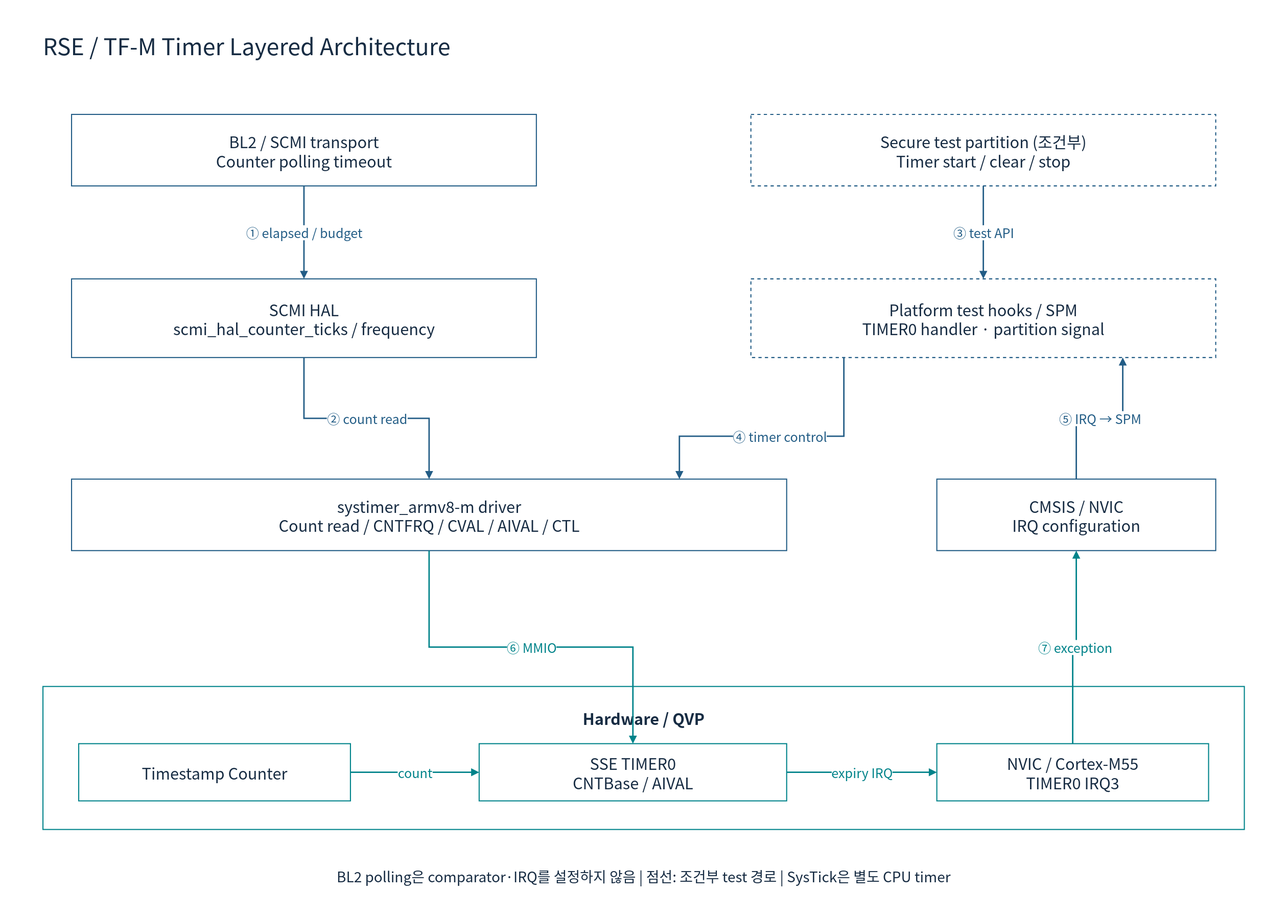
cometzero/project-apollo keeps this draw.io diagram as doc/phase1/timer/diagrams/08h-tfm-software.drawio.svg. Above is the earlier version. Source tidied: cells renumbered, new cells last; positions are measured from the earlier drawing's top-left corner, leaving out a move shared by most shapes. Its diagram source:
```xml
<mxGraphModel background="#FFFFFF">
  <root>
    <mxCell id="0" />
    <mxCell id="1" parent="0" />
    <mxCell id="2" style="rounded=0;whiteSpace=wrap;html=1;fillColor=#FFFFFF;strokeColor=none;strokeWidth=1.5;fontColor=#172C43;fontFamily=Noto Sans CJK KR;fontSize=22;spacing=10;" parent="1" vertex="1">
      <mxGeometry width="1800" height="1280" as="geometry" />
    </mxCell>
    <mxCell id="3" value="RSE / TF-M Timer Layered Architecture" style="rounded=0;whiteSpace=wrap;html=1;fillColor=#FFFFFF;strokeColor=none;strokeWidth=1.5;fontColor=#172C43;fontFamily=Noto Sans CJK KR;fontSize=22;spacing=10;fontSize=32;align=left;" parent="1" vertex="1">
      <mxGeometry x="50" y="30" width="1700" height="65" as="geometry" />
    </mxCell>
    <mxCell id="4" value="BL2 / SCMI transport&#10;Counter polling timeout" style="rounded=0;whiteSpace=wrap;html=1;fillColor=#FFFFFF;strokeColor=#235D86;strokeWidth=1.5;fontColor=#172C43;fontFamily=Noto Sans CJK KR;fontSize=22;spacing=10;" parent="1" vertex="1">
      <mxGeometry x="100" y="160" width="650" height="100" as="geometry" />
    </mxCell>
    <mxCell id="5" value="Secure test partition (조건부)&#10;Timer start / clear / stop" style="rounded=0;whiteSpace=wrap;html=1;fillColor=#FFFFFF;strokeColor=#235D86;strokeWidth=1.5;fontColor=#172C43;fontFamily=Noto Sans CJK KR;fontSize=22;spacing=10;dashed=1;" parent="1" vertex="1">
      <mxGeometry x="1050" y="160" width="650" height="100" as="geometry" />
    </mxCell>
    <mxCell id="6" value="SCMI HAL&#10;scmi_hal_counter_ticks / frequency" style="rounded=0;whiteSpace=wrap;html=1;fillColor=#FFFFFF;strokeColor=#235D86;strokeWidth=1.5;fontColor=#172C43;fontFamily=Noto Sans CJK KR;fontSize=22;spacing=10;" parent="1" vertex="1">
      <mxGeometry x="100" y="390" width="650" height="110" as="geometry" />
    </mxCell>
    <mxCell id="7" value="Platform test hooks / SPM&#10;TIMER0 handler · partition signal" style="rounded=0;whiteSpace=wrap;html=1;fillColor=#FFFFFF;strokeColor=#235D86;strokeWidth=1.5;fontColor=#172C43;fontFamily=Noto Sans CJK KR;fontSize=22;spacing=10;dashed=1;" parent="1" vertex="1">
      <mxGeometry x="1050" y="390" width="650" height="110" as="geometry" />
    </mxCell>
    <mxCell id="8" value="systimer_armv8-m driver&#10;Count read / CNTFRQ / CVAL / AIVAL / CTL" style="rounded=0;whiteSpace=wrap;html=1;fillColor=#FFFFFF;strokeColor=#235D86;strokeWidth=1.5;fontColor=#172C43;fontFamily=Noto Sans CJK KR;fontSize=22;spacing=10;" parent="1" vertex="1">
      <mxGeometry x="100" y="670" width="1000" height="100" as="geometry" />
    </mxCell>
    <mxCell id="9" value="CMSIS / NVIC&#10;IRQ configuration" style="rounded=0;whiteSpace=wrap;html=1;fillColor=#FFFFFF;strokeColor=#235D86;strokeWidth=1.5;fontColor=#172C43;fontFamily=Noto Sans CJK KR;fontSize=22;spacing=10;" parent="1" vertex="1">
      <mxGeometry x="1310" y="670" width="390" height="100" as="geometry" />
    </mxCell>
    <mxCell id="10" value="① elapsed / budget" style="edgeStyle=orthogonalEdgeStyle;rounded=0;html=1;endArrow=block;endFill=1;strokeWidth=2;strokeColor=#235D86;fontColor=#235D86;fontFamily=Noto Sans CJK KR;fontSize=18;labelBackgroundColor=#FFFFFF;" parent="1" edge="1" source="4" target="6">
      <mxGeometry relative="1" as="geometry" />
    </mxCell>
    <mxCell id="11" value="② count read" style="edgeStyle=orthogonalEdgeStyle;rounded=0;html=1;endArrow=block;endFill=1;strokeWidth=2;strokeColor=#235D86;fontColor=#235D86;fontFamily=Noto Sans CJK KR;fontSize=18;labelBackgroundColor=#FFFFFF;" parent="1" edge="1" source="6" target="8">
      <mxGeometry relative="1" as="geometry" />
    </mxCell>
    <mxCell id="12" value="③ test API" style="edgeStyle=orthogonalEdgeStyle;rounded=0;html=1;endArrow=block;endFill=1;strokeWidth=2;strokeColor=#235D86;fontColor=#235D86;fontFamily=Noto Sans CJK KR;fontSize=18;labelBackgroundColor=#FFFFFF;" parent="1" edge="1" source="5" target="7">
      <mxGeometry relative="1" as="geometry" />
    </mxCell>
    <mxCell id="13" value="④ timer control" style="edgeStyle=orthogonalEdgeStyle;rounded=0;html=1;endArrow=block;endFill=1;strokeWidth=2;strokeColor=#235D86;fontColor=#235D86;fontFamily=Noto Sans CJK KR;fontSize=18;labelBackgroundColor=#FFFFFF;exitX=0.2;exitY=1;entryX=0.85;entryY=0;" parent="1" edge="1" source="7" target="8">
      <mxGeometry relative="1" as="geometry">
        <Array as="points">
          <mxPoint x="1180" y="610" />
          <mxPoint x="950" y="610" />
        </Array>
      </mxGeometry>
    </mxCell>
    <mxCell id="14" value="⑤ IRQ → SPM" style="edgeStyle=orthogonalEdgeStyle;rounded=0;html=1;endArrow=block;endFill=1;strokeWidth=2;strokeColor=#235D86;fontColor=#235D86;fontFamily=Noto Sans CJK KR;fontSize=18;labelBackgroundColor=#FFFFFF;exitX=0.5;exitY=0;entryX=0.8;entryY=1;" parent="1" edge="1" source="9" target="7">
      <mxGeometry relative="1" as="geometry" />
    </mxCell>
    <mxCell id="15" value="Hardware / QVP" style="rounded=0;whiteSpace=wrap;html=1;fillColor=#FFFFFF;strokeColor=#00838A;strokeWidth=1.5;fontColor=#172C43;fontFamily=Noto Sans CJK KR;fontSize=22;spacing=10;verticalAlign=top;fontStyle=1;spacingTop=16;" parent="1" vertex="1">
      <mxGeometry x="60" y="960" width="1680" height="200" as="geometry" />
    </mxCell>
    <mxCell id="16" value="Timestamp Counter" style="rounded=0;whiteSpace=wrap;html=1;fillColor=#FFFFFF;strokeColor=#00838A;strokeWidth=1.5;fontColor=#172C43;fontFamily=Noto Sans CJK KR;fontSize=22;spacing=10;" parent="1" vertex="1">
      <mxGeometry x="110" y="1040" width="380" height="80" as="geometry" />
    </mxCell>
    <mxCell id="17" value="SSE TIMER0&#10;CNTBase / AIVAL" style="rounded=0;whiteSpace=wrap;html=1;fillColor=#FFFFFF;strokeColor=#00838A;strokeWidth=1.5;fontColor=#172C43;fontFamily=Noto Sans CJK KR;fontSize=22;spacing=10;" parent="1" vertex="1">
      <mxGeometry x="670" y="1040" width="430" height="80" as="geometry" />
    </mxCell>
    <mxCell id="18" value="NVIC / Cortex-M55&#10;TIMER0 IRQ3" style="rounded=0;whiteSpace=wrap;html=1;fillColor=#FFFFFF;strokeColor=#00838A;strokeWidth=1.5;fontColor=#172C43;fontFamily=Noto Sans CJK KR;fontSize=22;spacing=10;" parent="1" vertex="1">
      <mxGeometry x="1310" y="1040" width="380" height="80" as="geometry" />
    </mxCell>
    <mxCell id="19" value="count" style="edgeStyle=orthogonalEdgeStyle;rounded=0;html=1;endArrow=block;endFill=1;strokeWidth=2;strokeColor=#00838A;fontColor=#00838A;fontFamily=Noto Sans CJK KR;fontSize=18;labelBackgroundColor=#FFFFFF;" parent="1" edge="1" source="16" target="17">
      <mxGeometry relative="1" as="geometry" />
    </mxCell>
    <mxCell id="20" value="expiry IRQ" style="edgeStyle=orthogonalEdgeStyle;rounded=0;html=1;endArrow=block;endFill=1;strokeWidth=2;strokeColor=#00838A;fontColor=#00838A;fontFamily=Noto Sans CJK KR;fontSize=18;labelBackgroundColor=#FFFFFF;" parent="1" edge="1" source="17" target="18">
      <mxGeometry relative="1" as="geometry" />
    </mxCell>
    <mxCell id="21" value="⑥ MMIO" style="edgeStyle=orthogonalEdgeStyle;rounded=0;html=1;endArrow=block;endFill=1;strokeWidth=2;strokeColor=#00838A;fontColor=#00838A;fontFamily=Noto Sans CJK KR;fontSize=18;labelBackgroundColor=#FFFFFF;" parent="1" edge="1" source="8" target="17">
      <mxGeometry relative="1" as="geometry" />
    </mxCell>
    <mxCell id="22" value="⑦ exception" style="edgeStyle=orthogonalEdgeStyle;rounded=0;html=1;endArrow=block;endFill=1;strokeWidth=2;strokeColor=#00838A;fontColor=#00838A;fontFamily=Noto Sans CJK KR;fontSize=18;labelBackgroundColor=#FFFFFF;" parent="1" edge="1" source="18" target="9">
      <mxGeometry relative="1" as="geometry" />
    </mxCell>
    <mxCell id="23" value="BL2 polling은 comparator·IRQ를 설정하지 않음 | 점선: 조건부 test 경로 | SysTick은 별도 CPU timer" style="rounded=0;whiteSpace=wrap;html=1;fillColor=#FFFFFF;strokeColor=none;strokeWidth=1.5;fontColor=#172C43;fontFamily=Noto Sans CJK KR;fontSize=22;spacing=10;fontSize=20;" parent="1" vertex="1">
      <mxGeometry x="60" y="1200" width="1680" height="50" as="geometry" />
    </mxCell>
  </root>
</mxGraphModel>
```
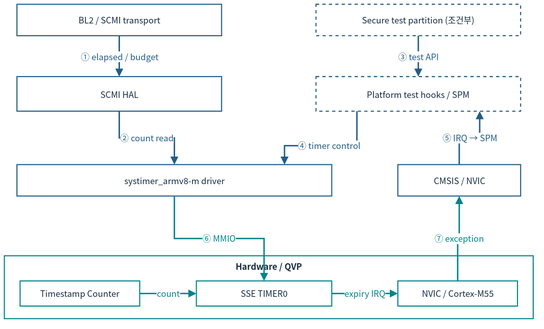
Later version of the same file.

Change to the diagram source:
```diff
@@ -2,76 +2,67 @@
   <root>
     <mxCell id="0" />
     <mxCell id="1" parent="0" />
-    <mxCell id="2" style="rounded=0;whiteSpace=wrap;html=1;fillColor=#FFFFFF;strokeColor=none;strokeWidth=1.5;fontColor=#172C43;fontFamily=Noto Sans CJK KR;fontSize=22;spacing=10;" parent="1" vertex="1">
-      <mxGeometry width="1800" height="1280" as="geometry" />
-    </mxCell>
-    <mxCell id="3" value="RSE / TF-M Timer Layered Architecture" style="rounded=0;whiteSpace=wrap;html=1;fillColor=#FFFFFF;strokeColor=none;strokeWidth=1.5;fontColor=#172C43;fontFamily=Noto Sans CJK KR;fontSize=22;spacing=10;fontSize=32;align=left;" parent="1" vertex="1">
-      <mxGeometry x="50" y="30" width="1700" height="65" as="geometry" />
-    </mxCell>
-    <mxCell id="4" value="BL2 / SCMI transport&#10;Counter polling timeout" style="rounded=0;whiteSpace=wrap;html=1;fillColor=#FFFFFF;strokeColor=#235D86;strokeWidth=1.5;fontColor=#172C43;fontFamily=Noto Sans CJK KR;fontSize=22;spacing=10;" parent="1" vertex="1">
-      <mxGeometry x="100" y="160" width="650" height="100" as="geometry" />
+    <mxCell id="4" value="BL2 / SCMI transport" style="rounded=0;whiteSpace=wrap;html=1;fillColor=#FFFFFF;strokeColor=#235D86;strokeWidth=1.5;fontColor=#172C43;fontFamily=Noto Sans CJK KR;fontSize=12;spacing=3;whiteSpace=wrap;" parent="1" vertex="1">
+      <mxGeometry x="29.6" y="12" width="286.3" height="44" as="geometry" />
     </mxCell>
-    <mxCell id="5" value="Secure test partition (조건부)&#10;Timer start / clear / stop" style="rounded=0;whiteSpace=wrap;html=1;fillColor=#FFFFFF;strokeColor=#235D86;strokeWidth=1.5;fontColor=#172C43;fontFamily=Noto Sans CJK KR;fontSize=22;spacing=10;dashed=1;" parent="1" vertex="1">
-      <mxGeometry x="1050" y="160" width="650" height="100" as="geometry" />
+    <mxCell id="5" value="Secure test partition (조건부)" style="rounded=0;whiteSpace=wrap;html=1;fillColor=#FFFFFF;strokeColor=#235D86;strokeWidth=1.5;fontColor=#172C43;fontFamily=Noto Sans CJK KR;dashed=1;fontSize=12;spacing=3;whiteSpace=wrap;" parent="1" vertex="1">
+      <mxGeometry x="448.1" y="12" width="286.3" height="44" as="geometry" />
     </mxCell>
-    <mxCell id="6" value="SCMI HAL&#10;scmi_hal_counter_ticks / frequency" style="rounded=0;whiteSpace=wrap;html=1;fillColor=#FFFFFF;strokeColor=#235D86;strokeWidth=1.5;fontColor=#172C43;fontFamily=Noto Sans CJK KR;fontSize=22;spacing=10;" parent="1" vertex="1">
-      <mxGeometry x="100" y="390" width="650" height="110" as="geometry" />
+    <mxCell id="6" value="SCMI HAL" style="rounded=0;whiteSpace=wrap;html=1;fillColor=#FFFFFF;strokeColor=#235D86;strokeWidth=1.5;fontColor=#172C43;fontFamily=Noto Sans CJK KR;fontSize=12;spacing=3;whiteSpace=wrap;" parent="1" vertex="1">
+      <mxGeometry x="29.6" y="113.3" width="286.3" height="48.5" as="geometry" />
     </mxCell>
-    <mxCell id="7" value="Platform test hooks / SPM&#10;TIMER0 handler · partition signal" style="rounded=0;whiteSpace=wrap;html=1;fillColor=#FFFFFF;strokeColor=#235D86;strokeWidth=1.5;fontColor=#172C43;fontFamily=Noto Sans CJK KR;fontSize=22;spacing=10;dashed=1;" parent="1" vertex="1">
-      <mxGeometry x="1050" y="390" width="650" height="110" as="geometry" />
+    <mxCell id="7" value="Platform test hooks / SPM" style="rounded=0;whiteSpace=wrap;html=1;fillColor=#FFFFFF;strokeColor=#235D86;strokeWidth=1.5;fontColor=#172C43;fontFamily=Noto Sans CJK KR;dashed=1;fontSize=12;spacing=3;whiteSpace=wrap;" parent="1" vertex="1">
+      <mxGeometry x="448.1" y="113.3" width="286.3" height="48.5" as="geometry" />
     </mxCell>
-    <mxCell id="8" value="systimer_armv8-m driver&#10;Count read / CNTFRQ / CVAL / AIVAL / CTL" style="rounded=0;whiteSpace=wrap;html=1;fillColor=#FFFFFF;strokeColor=#235D86;strokeWidth=1.5;fontColor=#172C43;fontFamily=Noto Sans CJK KR;fontSize=22;spacing=10;" parent="1" vertex="1">
-      <mxGeometry x="100" y="670" width="1000" height="100" as="geometry" />
+    <mxCell id="8" value="systimer_armv8-m driver" style="rounded=0;whiteSpace=wrap;html=1;fillColor=#FFFFFF;strokeColor=#235D86;strokeWidth=1.5;fontColor=#172C43;fontFamily=Noto Sans CJK KR;fontSize=12;spacing=3;whiteSpace=wrap;" parent="1" vertex="1">
+      <mxGeometry x="29.6" y="236.6" width="440.5" height="44" as="geometry" />
     </mxCell>
-    <mxCell id="9" value="CMSIS / NVIC&#10;IRQ configuration" style="rounded=0;whiteSpace=wrap;html=1;fillColor=#FFFFFF;strokeColor=#235D86;strokeWidth=1.5;fontColor=#172C43;fontFamily=Noto Sans CJK KR;fontSize=22;spacing=10;" parent="1" vertex="1">
-      <mxGeometry x="1310" y="670" width="390" height="100" as="geometry" />
+    <mxCell id="9" value="CMSIS / NVIC" style="rounded=0;whiteSpace=wrap;html=1;fillColor=#FFFFFF;strokeColor=#235D86;strokeWidth=1.5;fontColor=#172C43;fontFamily=Noto Sans CJK KR;fontSize=12;spacing=3;whiteSpace=wrap;" parent="1" vertex="1">
+      <mxGeometry x="562.6" y="236.6" width="171.8" height="44" as="geometry" />
     </mxCell>
-    <mxCell id="10" value="① elapsed / budget" style="edgeStyle=orthogonalEdgeStyle;rounded=0;html=1;endArrow=block;endFill=1;strokeWidth=2;strokeColor=#235D86;fontColor=#235D86;fontFamily=Noto Sans CJK KR;fontSize=18;labelBackgroundColor=#FFFFFF;" parent="1" edge="1" source="4" target="6">
+    <mxCell id="10" value="① elapsed / budget" style="edgeStyle=orthogonalEdgeStyle;rounded=0;html=1;endArrow=block;endFill=1;strokeWidth=2;strokeColor=#235D86;fontColor=#235D86;fontFamily=Noto Sans CJK KR;labelBackgroundColor=#FFFFFF;fontSize=12;spacing=3;whiteSpace=nowrap;" parent="1" edge="1" source="4" target="6">
       <mxGeometry relative="1" as="geometry" />
     </mxCell>
-    <mxCell id="11" value="② count read" style="edgeStyle=orthogonalEdgeStyle;rounded=0;html=1;endArrow=block;endFill=1;strokeWidth=2;strokeColor=#235D86;fontColor=#235D86;fontFamily=Noto Sans CJK KR;fontSize=18;labelBackgroundColor=#FFFFFF;" parent="1" edge="1" source="6" target="8">
+    <mxCell id="11" value="② count read" style="edgeStyle=orthogonalEdgeStyle;rounded=0;html=1;endArrow=block;endFill=1;strokeWidth=2;strokeColor=#235D86;fontColor=#235D86;fontFamily=Noto Sans CJK KR;labelBackgroundColor=#FFFFFF;fontSize=12;spacing=3;whiteSpace=nowrap;" parent="1" edge="1" source="6" target="8">
       <mxGeometry relative="1" as="geometry" />
     </mxCell>
-    <mxCell id="12" value="③ test API" style="edgeStyle=orthogonalEdgeStyle;rounded=0;html=1;endArrow=block;endFill=1;strokeWidth=2;strokeColor=#235D86;fontColor=#235D86;fontFamily=Noto Sans CJK KR;fontSize=18;labelBackgroundColor=#FFFFFF;" parent="1" edge="1" source="5" target="7">
+    <mxCell id="12" value="③ test API" style="edgeStyle=orthogonalEdgeStyle;rounded=0;html=1;endArrow=block;endFill=1;strokeWidth=2;strokeColor=#235D86;fontColor=#235D86;fontFamily=Noto Sans CJK KR;labelBackgroundColor=#FFFFFF;fontSize=12;spacing=3;whiteSpace=nowrap;" parent="1" edge="1" source="5" target="7">
       <mxGeometry relative="1" as="geometry" />
     </mxCell>
-    <mxCell id="13" value="④ timer control" style="edgeStyle=orthogonalEdgeStyle;rounded=0;html=1;endArrow=block;endFill=1;strokeWidth=2;strokeColor=#235D86;fontColor=#235D86;fontFamily=Noto Sans CJK KR;fontSize=18;labelBackgroundColor=#FFFFFF;exitX=0.2;exitY=1;entryX=0.85;entryY=0;" parent="1" edge="1" source="7" target="8">
+    <mxCell id="13" value="④ timer control" style="edgeStyle=orthogonalEdgeStyle;rounded=0;html=1;endArrow=block;endFill=1;strokeWidth=2;strokeColor=#235D86;fontColor=#235D86;fontFamily=Noto Sans CJK KR;labelBackgroundColor=#FFFFFF;exitX=0.2;exitY=1;entryX=0.85;entryY=0;fontSize=12;spacing=3;whiteSpace=nowrap;" parent="1" edge="1" source="7" target="8">
       <mxGeometry relative="1" as="geometry">
         <Array as="points">
-          <mxPoint x="1180" y="610" />
-          <mxPoint x="950" y="610" />
+          <mxPoint x="505.3" y="210.2" />
+          <mxPoint x="404" y="210.2" />
         </Array>
       </mxGeometry>
     </mxCell>
-    <mxCell id="14" value="⑤ IRQ → SPM" style="edgeStyle=orthogonalEdgeStyle;rounded=0;html=1;endArrow=block;endFill=1;strokeWidth=2;strokeColor=#235D86;fontColor=#235D86;fontFamily=Noto Sans CJK KR;fontSize=18;labelBackgroundColor=#FFFFFF;exitX=0.5;exitY=0;entryX=0.8;entryY=1;" parent="1" edge="1" source="9" target="7">
+    <mxCell id="14" value="⑤ IRQ → SPM" style="edgeStyle=orthogonalEdgeStyle;rounded=0;html=1;endArrow=block;endFill=1;strokeWidth=2;strokeColor=#235D86;fontColor=#235D86;fontFamily=Noto Sans CJK KR;labelBackgroundColor=#FFFFFF;exitX=0.5;exitY=0;entryX=0.8;entryY=1;fontSize=12;spacing=3;whiteSpace=nowrap;" parent="1" edge="1" source="9" target="7">
       <mxGeometry relative="1" as="geometry" />
     </mxCell>
-    <mxCell id="15" value="Hardware / QVP" style="rounded=0;whiteSpace=wrap;html=1;fillColor=#FFFFFF;strokeColor=#00838A;strokeWidth=1.5;fontColor=#172C43;fontFamily=Noto Sans CJK KR;fontSize=22;spacing=10;verticalAlign=top;fontStyle=1;spacingTop=16;" parent="1" vertex="1">
-      <mxGeometry x="60" y="960" width="1680" height="200" as="geometry" />
+    <mxCell id="15" value="Hardware / QVP" style="rounded=0;whiteSpace=wrap;html=1;fillColor=#FFFFFF;strokeColor=#00838A;strokeWidth=1.5;fontColor=#172C43;fontFamily=Noto Sans CJK KR;verticalAlign=top;fontStyle=1;fontSize=12;spacing=3;whiteSpace=wrap;" parent="1" vertex="1">
+      <mxGeometry x="12" y="364.4" width="740" height="88.1" as="geometry" />
     </mxCell>
-    <mxCell id="16" value="Timestamp Counter" style="rounded=0;whiteSpace=wrap;html=1;fillColor=#FFFFFF;strokeColor=#00838A;strokeWidth=1.5;fontColor=#172C43;fontFamily=Noto Sans CJK KR;fontSize=22;spacing=10;" parent="1" vertex="1">
-      <mxGeometry x="110" y="1040" width="380" height="80" as="geometry" />
+    <mxCell id="16" value="Timestamp Counter" style="rounded=0;whiteSpace=wrap;html=1;fillColor=#FFFFFF;strokeColor=#00838A;strokeWidth=1.5;fontColor=#172C43;fontFamily=Noto Sans CJK KR;fontSize=12;spacing=3;whiteSpace=wrap;" parent="1" vertex="1">
+      <mxGeometry x="34" y="399.6" width="167.4" height="35.2" as="geometry" />
     </mxCell>
-    <mxCell id="17" value="SSE TIMER0&#10;CNTBase / AIVAL" style="rounded=0;whiteSpace=wrap;html=1;fillColor=#FFFFFF;strokeColor=#00838A;strokeWidth=1.5;fontColor=#172C43;fontFamily=Noto Sans CJK KR;fontSize=22;spacing=10;" parent="1" vertex="1">
-      <mxGeometry x="670" y="1040" width="430" height="80" as="geometry" />
+    <mxCell id="17" value="SSE TIMER0" style="rounded=0;whiteSpace=wrap;html=1;fillColor=#FFFFFF;strokeColor=#00838A;strokeWidth=1.5;fontColor=#172C43;fontFamily=Noto Sans CJK KR;fontSize=12;spacing=3;whiteSpace=wrap;" parent="1" vertex="1">
+      <mxGeometry x="280.7" y="399.6" width="189.4" height="35.2" as="geometry" />
     </mxCell>
-    <mxCell id="18" value="NVIC / Cortex-M55&#10;TIMER0 IRQ3" style="rounded=0;whiteSpace=wrap;html=1;fillColor=#FFFFFF;strokeColor=#00838A;strokeWidth=1.5;fontColor=#172C43;fontFamily=Noto Sans CJK KR;fontSize=22;spacing=10;" parent="1" vertex="1">
-      <mxGeometry x="1310" y="1040" width="380" height="80" as="geometry" />
+    <mxCell id="18" value="NVIC / Cortex-M55" style="rounded=0;whiteSpace=wrap;html=1;fillColor=#FFFFFF;strokeColor=#00838A;strokeWidth=1.5;fontColor=#172C43;fontFamily=Noto Sans CJK KR;fontSize=12;spacing=3;whiteSpace=wrap;" parent="1" vertex="1">
+      <mxGeometry x="562.6" y="399.6" width="167.4" height="35.2" as="geometry" />
     </mxCell>
-    <mxCell id="19" value="count" style="edgeStyle=orthogonalEdgeStyle;rounded=0;html=1;endArrow=block;endFill=1;strokeWidth=2;strokeColor=#00838A;fontColor=#00838A;fontFamily=Noto Sans CJK KR;fontSize=18;labelBackgroundColor=#FFFFFF;" parent="1" edge="1" source="16" target="17">
+    <mxCell id="19" value="count" style="edgeStyle=orthogonalEdgeStyle;rounded=0;html=1;endArrow=block;endFill=1;strokeWidth=2;strokeColor=#00838A;fontColor=#00838A;fontFamily=Noto Sans CJK KR;labelBackgroundColor=#FFFFFF;fontSize=12;spacing=3;whiteSpace=nowrap;" parent="1" edge="1" source="16" target="17">
       <mxGeometry relative="1" as="geometry" />
     </mxCell>
-    <mxCell id="20" value="expiry IRQ" style="edgeStyle=orthogonalEdgeStyle;rounded=0;html=1;endArrow=block;endFill=1;strokeWidth=2;strokeColor=#00838A;fontColor=#00838A;fontFamily=Noto Sans CJK KR;fontSize=18;labelBackgroundColor=#FFFFFF;" parent="1" edge="1" source="17" target="18">
+    <mxCell id="20" value="expiry IRQ" style="edgeStyle=orthogonalEdgeStyle;rounded=0;html=1;endArrow=block;endFill=1;strokeWidth=2;strokeColor=#00838A;fontColor=#00838A;fontFamily=Noto Sans CJK KR;labelBackgroundColor=#FFFFFF;fontSize=12;spacing=3;whiteSpace=nowrap;" parent="1" edge="1" source="17" target="18">
       <mxGeometry relative="1" as="geometry" />
     </mxCell>
-    <mxCell id="21" value="⑥ MMIO" style="edgeStyle=orthogonalEdgeStyle;rounded=0;html=1;endArrow=block;endFill=1;strokeWidth=2;strokeColor=#00838A;fontColor=#00838A;fontFamily=Noto Sans CJK KR;fontSize=18;labelBackgroundColor=#FFFFFF;" parent="1" edge="1" source="8" target="17">
+    <mxCell id="21" value="⑥ MMIO" style="edgeStyle=orthogonalEdgeStyle;rounded=0;html=1;endArrow=block;endFill=1;strokeWidth=2;strokeColor=#00838A;fontColor=#00838A;fontFamily=Noto Sans CJK KR;labelBackgroundColor=#FFFFFF;fontSize=12;spacing=3;whiteSpace=nowrap;" parent="1" edge="1" source="8" target="17">
       <mxGeometry relative="1" as="geometry" />
     </mxCell>
-    <mxCell id="22" value="⑦ exception" style="edgeStyle=orthogonalEdgeStyle;rounded=0;html=1;endArrow=block;endFill=1;strokeWidth=2;strokeColor=#00838A;fontColor=#00838A;fontFamily=Noto Sans CJK KR;fontSize=18;labelBackgroundColor=#FFFFFF;" parent="1" edge="1" source="18" target="9">
+    <mxCell id="22" value="⑦ exception" style="edgeStyle=orthogonalEdgeStyle;rounded=0;html=1;endArrow=block;endFill=1;strokeWidth=2;strokeColor=#00838A;fontColor=#00838A;fontFamily=Noto Sans CJK KR;labelBackgroundColor=#FFFFFF;fontSize=12;spacing=3;whiteSpace=nowrap;" parent="1" edge="1" source="18" target="9">
       <mxGeometry relative="1" as="geometry" />
     </mxCell>
-    <mxCell id="23" value="BL2 polling은 comparator·IRQ를 설정하지 않음 | 점선: 조건부 test 경로 | SysTick은 별도 CPU timer" style="rounded=0;whiteSpace=wrap;html=1;fillColor=#FFFFFF;strokeColor=none;strokeWidth=1.5;fontColor=#172C43;fontFamily=Noto Sans CJK KR;fontSize=22;spacing=10;fontSize=20;" parent="1" vertex="1">
-      <mxGeometry x="60" y="1200" width="1680" height="50" as="geometry" />
-    </mxCell>
   </root>
 </mxGraphModel>
```
